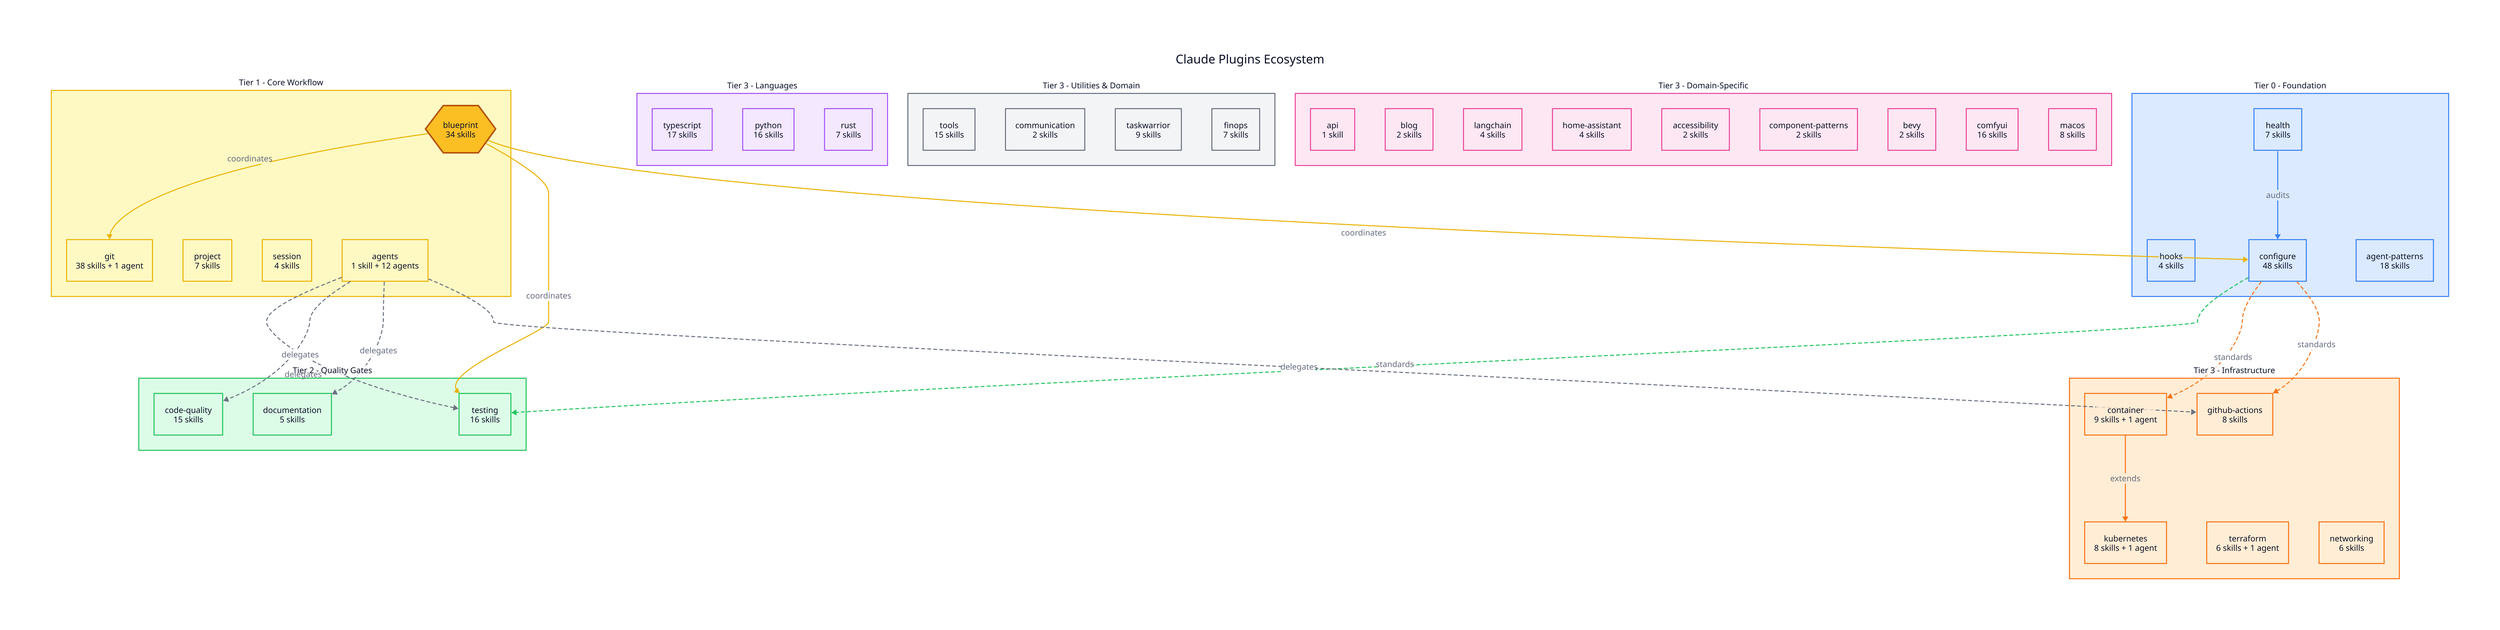
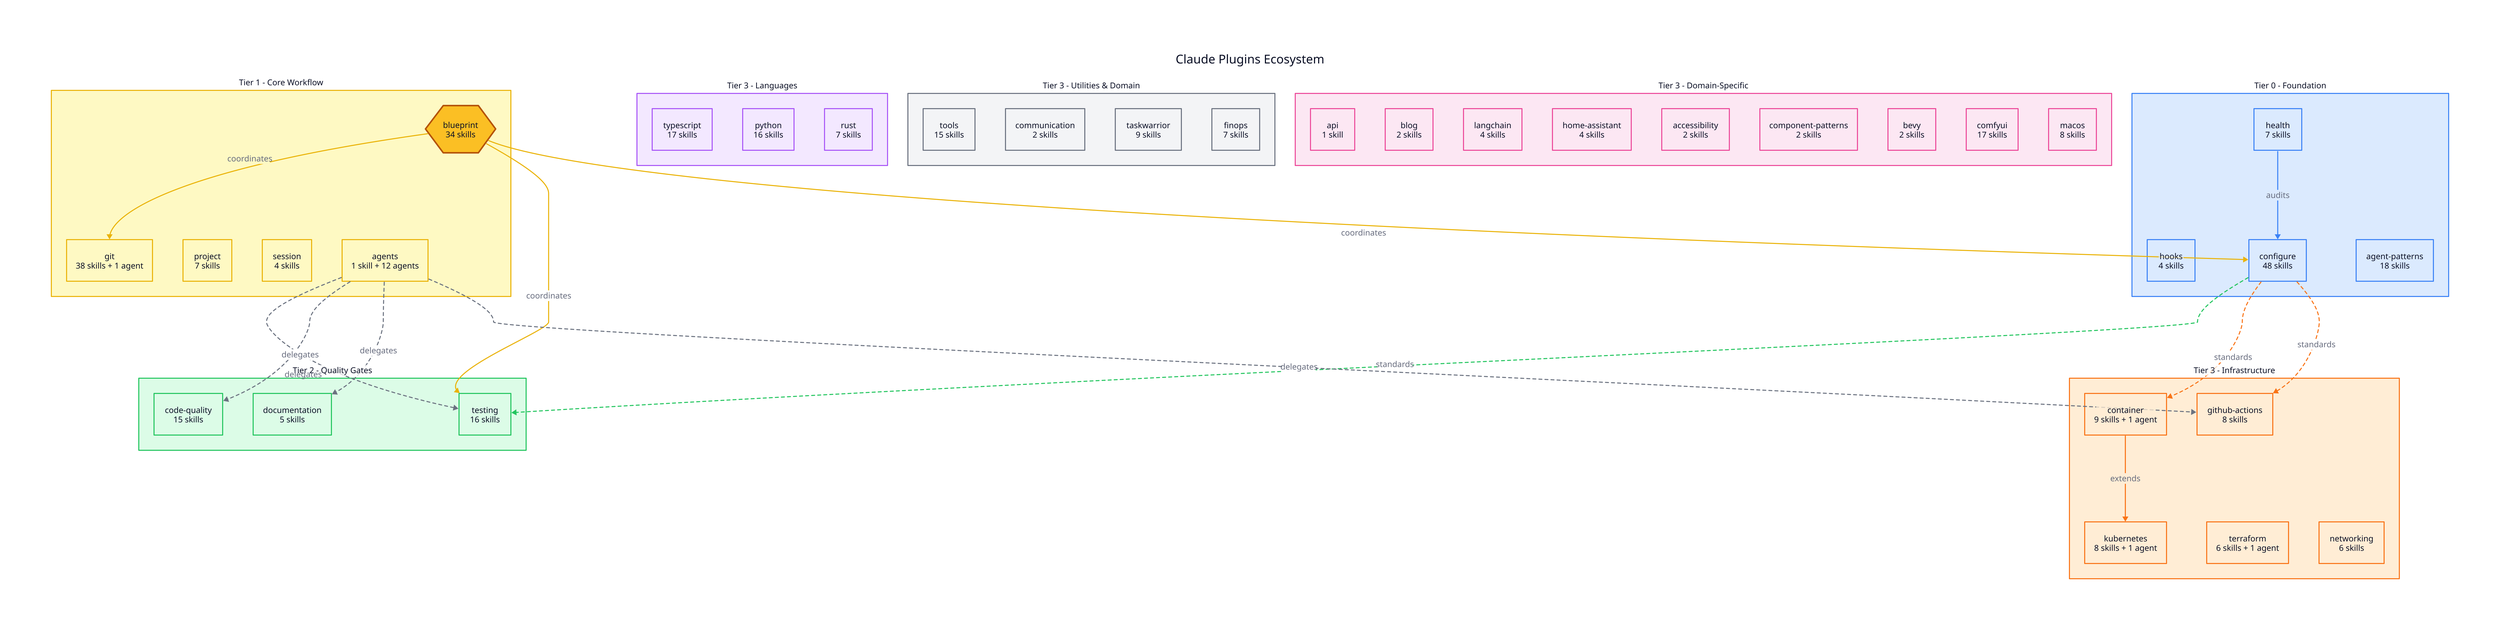
direction: down

title: "Claude Plugins Ecosystem" {
  near: top-center
  shape: text
  style: {
    font-size: 24
    bold: true
  }
}

# === CLASSES ===
classes: {
  foundation: {
    style.fill: "#dbeafe"
    style.stroke: "#3b82f6"
  }
  core: {
    style.fill: "#fef9c3"
    style.stroke: "#eab308"
  }
  quality: {
    style.fill: "#dcfce7"
    style.stroke: "#22c55e"
  }
  language: {
    style.fill: "#f3e8ff"
    style.stroke: "#a855f7"
  }
  infra: {
    style.fill: "#ffedd5"
    style.stroke: "#f97316"
  }
  utility: {
    style.fill: "#f3f4f6"
    style.stroke: "#6b7280"
  }
  domain: {
    style.fill: "#fce7f3"
    style.stroke: "#ec4899"
  }
}

# === TIER 0: FOUNDATION ===
foundation: {
  label: "Tier 0 - Foundation"
  class: foundation
  style.font-size: 16
  style.bold: true

  health: {
    label: "health\n7 skills"
    shape: rectangle
    class: foundation
  }
  hooks: {
    label: "hooks\n4 skills"
    shape: rectangle
    class: foundation
  }
  configure: {
    label: "configure\n48 skills"
    shape: rectangle
    class: foundation
  }
  agent-patterns: {
    label: "agent-patterns\n18 skills"
    shape: rectangle
    class: foundation
  }
}

# === TIER 1: CORE WORKFLOW ===
core: {
  label: "Tier 1 - Core Workflow"
  class: core
  style.font-size: 16
  style.bold: true

  blueprint: {
    label: "blueprint\n34 skills"
    shape: hexagon
    style.fill: "#fbbf24"
    style.stroke: "#b45309"
    style.stroke-width: 3
  }
  git: {
    label: "git\n38 skills + 1 agent"
    shape: rectangle
    class: core
  }
  project: {
    label: "project\n7 skills"
    shape: rectangle
    class: core
  }
  session: {
    label: "session\n4 skills"
    shape: rectangle
    class: core
  }
  agents: {
    label: "agents\n1 skill + 12 agents"
    shape: rectangle
    class: core
  }
}

# === TIER 2: QUALITY GATES ===
quality: {
  label: "Tier 2 - Quality Gates"
  class: quality
  style.font-size: 16
  style.bold: true

  testing: {
    label: "testing\n16 skills"
    shape: rectangle
    class: quality
  }
  code-quality: {
    label: "code-quality\n15 skills"
    shape: rectangle
    class: quality
  }
  documentation: {
    label: "documentation\n5 skills"
    shape: rectangle
    class: quality
  }
}

# === TIER 3: LANGUAGE ===
language: {
  label: "Tier 3 - Languages"
  class: language
  style.font-size: 16
  style.bold: true

  typescript: {
    label: "typescript\n17 skills"
    shape: rectangle
    class: language
  }
  python: {
    label: "python\n16 skills"
    shape: rectangle
    class: language
  }
  rust: {
    label: "rust\n7 skills"
    shape: rectangle
    class: language
  }
}

# === TIER 3: INFRASTRUCTURE ===
infra: {
  label: "Tier 3 - Infrastructure"
  class: infra
  style.font-size: 16
  style.bold: true

  container: {
    label: "container\n9 skills + 1 agent"
    shape: rectangle
    class: infra
  }
  kubernetes: {
    label: "kubernetes\n8 skills + 1 agent"
    shape: rectangle
    class: infra
  }
  terraform: {
    label: "terraform\n6 skills + 1 agent"
    shape: rectangle
    class: infra
  }
  github-actions: {
    label: "github-actions\n8 skills"
    shape: rectangle
    class: infra
  }
  networking: {
    label: "networking\n6 skills"
    shape: rectangle
    class: infra
  }
}

# === TIER 3: UTILITIES & DOMAIN ===
utilities: {
  label: "Tier 3 - Utilities & Domain"
  class: utility
  style.font-size: 16
  style.bold: true

  tools: {
    label: "tools\n15 skills"
    shape: rectangle
    class: utility
  }
  communication: {
    label: "communication\n2 skills"
    shape: rectangle
    class: utility
  }
  taskwarrior: {
    label: "taskwarrior\n9 skills"
    shape: rectangle
    class: utility
  }
  finops: {
    label: "finops\n7 skills"
    shape: rectangle
    class: utility
  }
}

domain: {
  label: "Tier 3 - Domain-Specific"
  class: domain
  style.font-size: 16
  style.bold: true

  api: {
    label: "api\n1 skill"
    shape: rectangle
    class: domain
  }
  blog: {
    label: "blog\n2 skills"
    shape: rectangle
    class: domain
  }
  langchain: {
    label: "langchain\n4 skills"
    shape: rectangle
    class: domain
  }
  home-assistant: {
    label: "home-assistant\n4 skills"
    shape: rectangle
    class: domain
  }
  accessibility: {
    label: "accessibility\n2 skills"
    shape: rectangle
    class: domain
  }
  component-patterns: {
    label: "component-patterns\n2 skills"
    shape: rectangle
    class: domain
  }
  bevy: {
    label: "bevy\n2 skills"
    shape: rectangle
    class: domain
  }
  comfyui: {
-     label: "comfyui\n16 skills"
+     label: "comfyui\n17 skills"
    shape: rectangle
    class: domain
  }
  macos: {
    label: "macos\n8 skills"
    shape: rectangle
    class: domain
  }
}

# === RELATIONSHIPS ===

# Foundation flows
foundation.health -> foundation.configure: "audits" {
  style.stroke: "#3b82f6"
}

# Configure provides standards for
foundation.configure -> quality.testing: "standards" {
  style.stroke: "#22c55e"
  style.stroke-dash: 3
}
foundation.configure -> infra.container: "standards" {
  style.stroke: "#f97316"
  style.stroke-dash: 3
}
foundation.configure -> infra.github-actions: "standards" {
  style.stroke: "#f97316"
  style.stroke-dash: 3
}

# Blueprint coordinates
core.blueprint -> core.git: "coordinates" {
  style.stroke: "#eab308"
}
core.blueprint -> quality.testing: "coordinates" {
  style.stroke: "#eab308"
}
core.blueprint -> foundation.configure: "coordinates" {
  style.stroke: "#eab308"
}

# Agents delegate to
core.agents -> quality.testing: "delegates" {
  style.stroke: "#6b7280"
  style.stroke-dash: 3
}
core.agents -> quality.code-quality: "delegates" {
  style.stroke: "#6b7280"
  style.stroke-dash: 3
}
core.agents -> quality.documentation: "delegates" {
  style.stroke: "#6b7280"
  style.stroke-dash: 3
}
core.agents -> infra.github-actions: "delegates" {
  style.stroke: "#6b7280"
  style.stroke-dash: 3
}

# Infrastructure extends
infra.container -> infra.kubernetes: "extends" {
  style.stroke: "#f97316"
}
